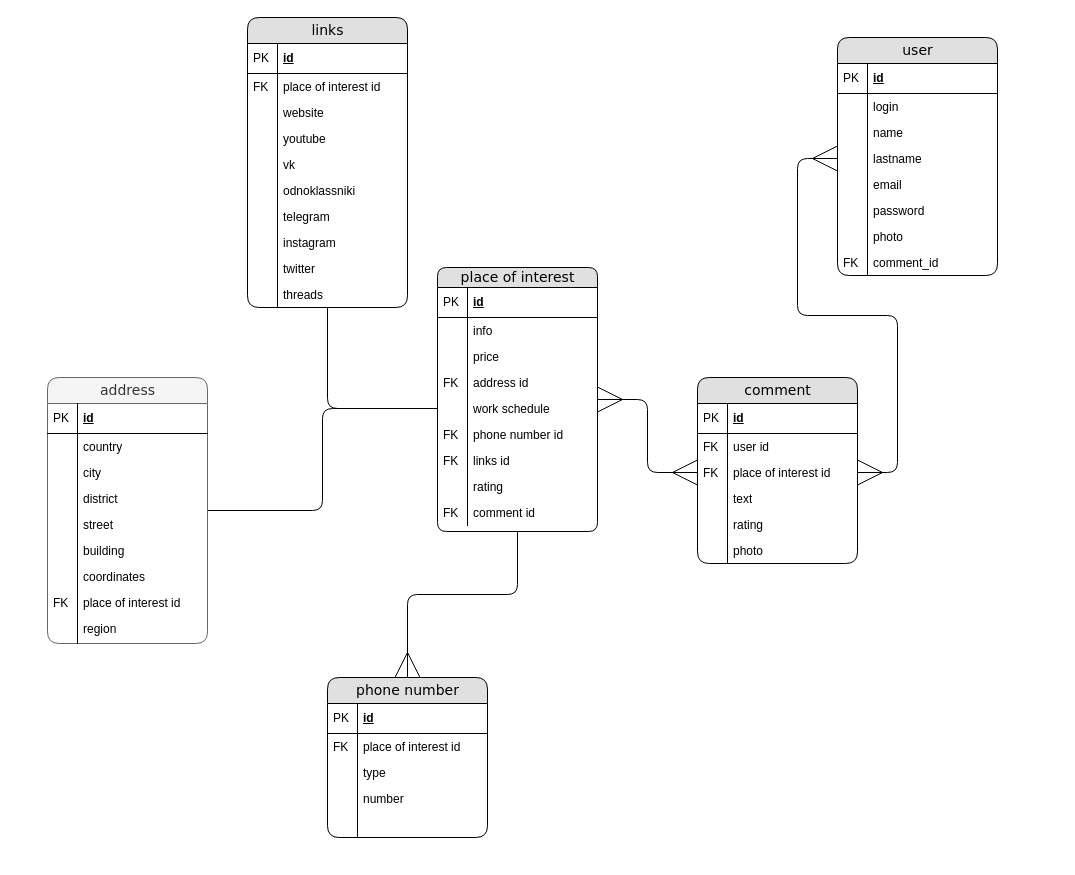
Above: diagram/ERD.drawio in RinaBoni/travel_helper (draw.io), before the change. Source tidied: cells renumbered, new cells numbered last; positions are measured from the earlier drawing's top-left corner, leaving out a move shared by most shapes. Both pictures are drawn from the tidied source at 100%, with x=0, y=0 at pixel (47, 17).
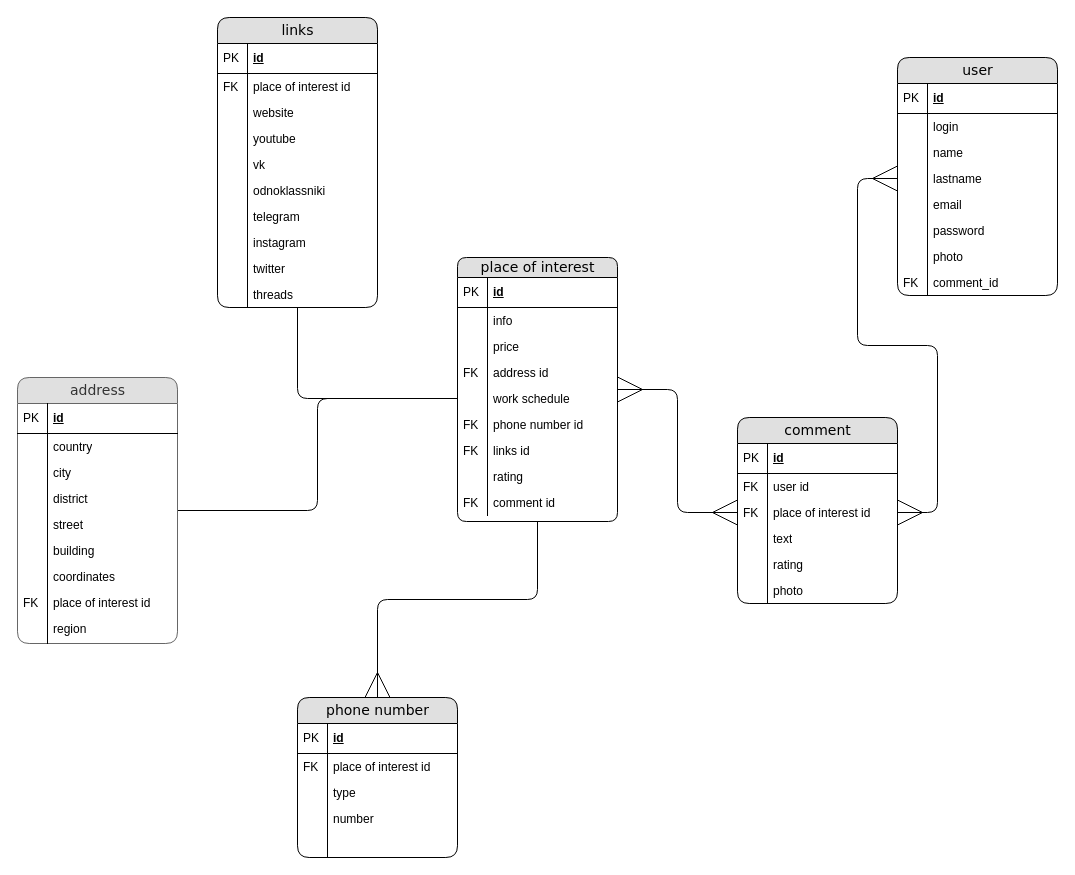
Above is the later version.

Change to the diagram source:
```diff
@@
     <mxCell id="3" value="place of interest" style="swimlane;html=1;fontStyle=0;horizontal=1;startSize=20;fillColor=#e0e0e0;swimlaneFillColor=#ffffff;align=center;rounded=1;shadow=0;comic=0;labelBackgroundColor=none;strokeWidth=1;fontFamily=Verdana;fontSize=14;glass=0;swimlaneLine=1;" parent="1" vertex="1">
-      <mxGeometry x="390" y="250" width="160" height="264" as="geometry" />
+      <mxGeometry x="410" y="240" width="160" height="264" as="geometry" />
     </mxCell>
@@
     <mxCell id="22" value="comment" style="swimlane;html=1;fontStyle=0;horizontal=1;startSize=26;fillColor=#e0e0e0;swimlaneFillColor=#ffffff;align=center;rounded=1;shadow=0;comic=0;labelBackgroundColor=none;strokeWidth=1;fontFamily=Verdana;fontSize=14;" parent="1" vertex="1">
-      <mxGeometry x="650" y="360" width="160" height="186" as="geometry" />
+      <mxGeometry x="690" y="400" width="160" height="186" as="geometry" />
     </mxCell>
@@
     <mxCell id="35" value="user" style="swimlane;html=1;fontStyle=0;horizontal=1;startSize=26;fillColor=#e0e0e0;swimlaneFillColor=#ffffff;align=center;rounded=1;shadow=0;comic=0;labelBackgroundColor=none;strokeWidth=1;fontFamily=Verdana;fontSize=14;" parent="1" vertex="1">
-      <mxGeometry x="790" y="20" width="160" height="238" as="geometry" />
+      <mxGeometry x="850" y="40" width="160" height="238" as="geometry" />
     </mxCell>
@@
     <mxCell id="53" value="links" style="swimlane;html=1;fontStyle=0;horizontal=1;startSize=26;fillColor=#e0e0e0;swimlaneFillColor=#ffffff;align=center;rounded=1;shadow=0;comic=0;labelBackgroundColor=none;strokeWidth=1;fontFamily=Verdana;fontSize=14;" parent="1" vertex="1">
-      <mxGeometry x="200" width="160" height="290" as="geometry" />
+      <mxGeometry x="170" width="160" height="290" as="geometry" />
     </mxCell>
@@
-    <mxCell id="76" value="address" style="swimlane;html=1;fontStyle=0;horizontal=1;startSize=26;swimlaneFillColor=#ffffff;align=center;rounded=1;shadow=0;comic=0;labelBackgroundColor=none;strokeWidth=1;fontFamily=Verdana;fontSize=14;fillColor=#f5f5f5;strokeColor=#666666;fontColor=#333333;" parent="1" vertex="1">
-      <mxGeometry y="360" width="160" height="266" as="geometry" />
+    <mxCell id="76" value="address" style="swimlane;html=1;fontStyle=0;horizontal=1;startSize=26;swimlaneFillColor=#ffffff;align=center;rounded=1;shadow=0;comic=0;labelBackgroundColor=none;strokeWidth=1;fontFamily=Verdana;fontSize=14;fillColor=#E0E0E0;strokeColor=#666666;fontColor=#333333;" parent="1" vertex="1">
+      <mxGeometry x="-30" y="360" width="160" height="266" as="geometry" />
     </mxCell>
@@
     <mxCell id="96" value="phone number" style="swimlane;html=1;fontStyle=0;horizontal=1;startSize=26;fillColor=#e0e0e0;swimlaneFillColor=#ffffff;align=center;rounded=1;shadow=0;comic=0;labelBackgroundColor=none;strokeWidth=1;fontFamily=Verdana;fontSize=14;" parent="1" vertex="1">
-      <mxGeometry x="280" y="660" width="160" height="160" as="geometry" />
+      <mxGeometry x="250" y="680" width="160" height="160" as="geometry" />
     </mxCell>
```
